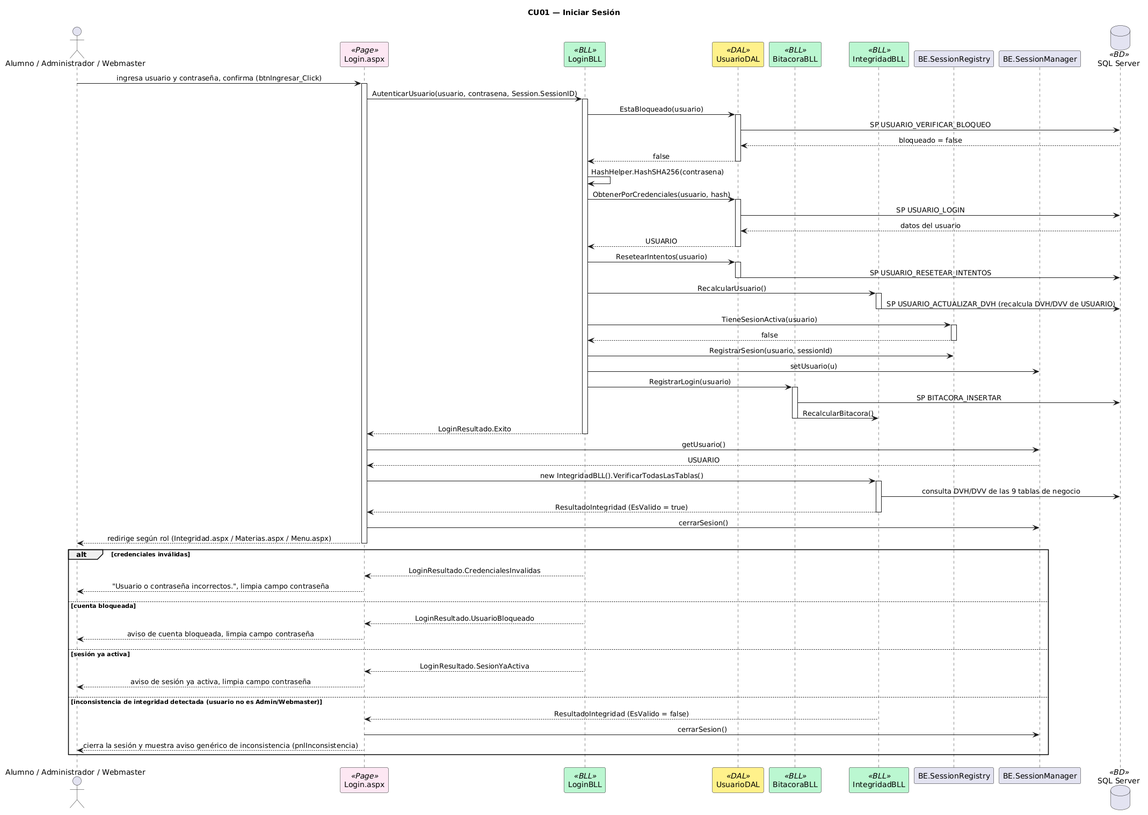
Before: DIAGRAMAS/Secuencia_CU01_IniciarSesion.png, a diagram exported from PlantUML (Urrels/tpDYAWeb).
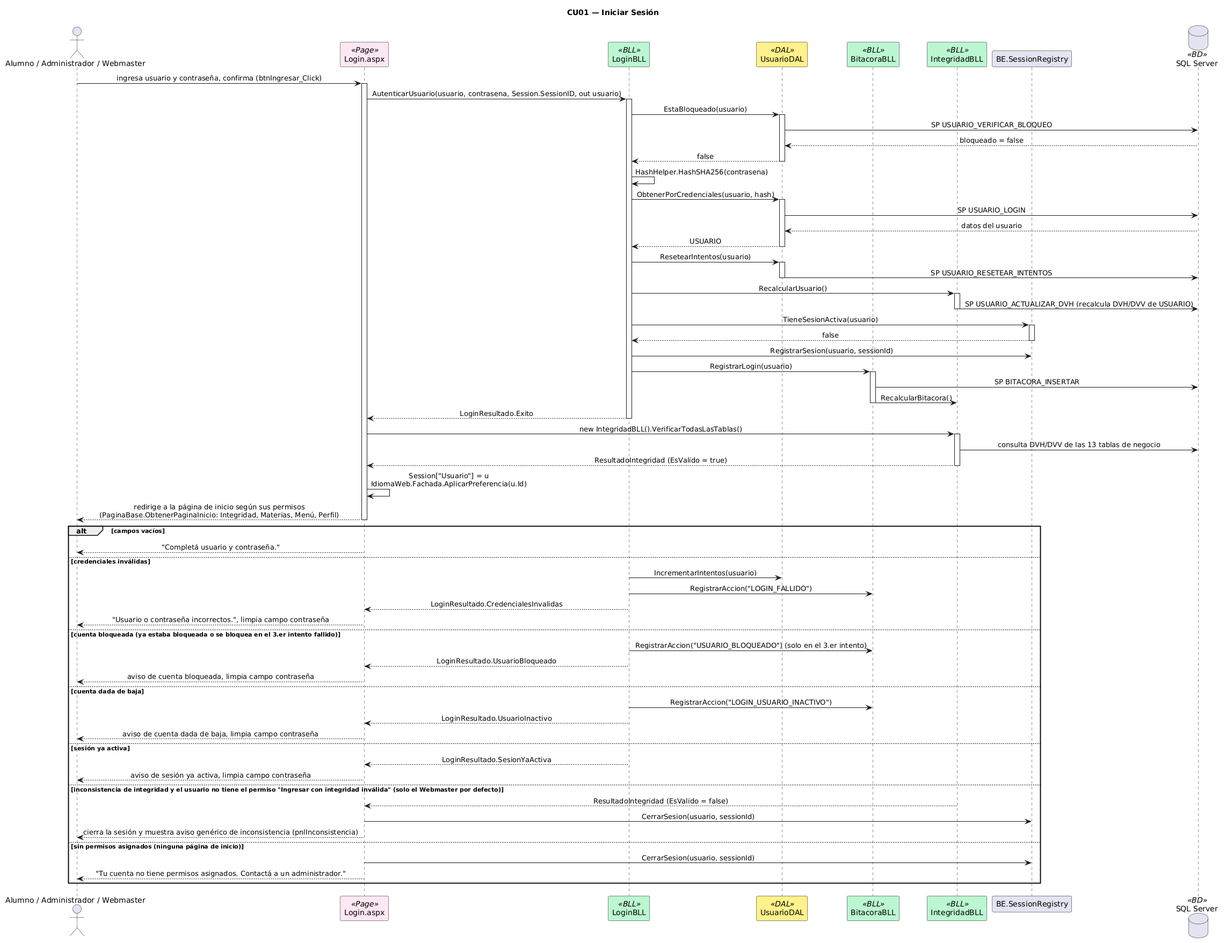
Later version of the same file.

What changed in the source:
```diff
@@ -16,12 +16,11 @@
 participant "BitacoraBLL" as BIT <<BLL>>
 participant "IntegridadBLL" as INT <<BLL>>
 participant "BE.SessionRegistry" as SR
-participant "BE.SessionManager" as SM
 database "SQL Server" as DB <<BD>>
 
 A -> PAGE : ingresa usuario y contraseña, confirma (btnIngresar_Click)
 activate PAGE
-PAGE -> BLL : AutenticarUsuario(usuario, contrasena, Session.SessionID)
+PAGE -> BLL : AutenticarUsuario(usuario, contrasena, Session.SessionID, out usuario)
 activate BLL
 
 BLL -> DAL : EstaBloqueado(usuario)
@@ -55,7 +54,6 @@
 deactivate SR
 
 BLL -> SR : RegistrarSesion(usuario, sessionId)
-BLL -> SM : setUsuario(u)
 
 BLL -> BIT : RegistrarLogin(usuario)
 activate BIT
@@ -66,31 +64,40 @@
 BLL --> PAGE : LoginResultado.Exito
 deactivate BLL
 
-PAGE -> SM : getUsuario()
-SM --> PAGE : USUARIO
-
 PAGE -> INT : new IntegridadBLL().VerificarTodasLasTablas()
 activate INT
-INT -> DB : consulta DVH/DVV de las 9 tablas de negocio
+INT -> DB : consulta DVH/DVV de las 13 tablas de negocio
 INT --> PAGE : ResultadoIntegridad (EsValido = true)
 deactivate INT
 
-PAGE -> SM : cerrarSesion()
-PAGE --> A : redirige según rol (Integridad.aspx / Materias.aspx / Menu.aspx)
+PAGE -> PAGE : Session["Usuario"] = u\nIdiomaWeb.Fachada.AplicarPreferencia(u.Id)
+PAGE --> A : redirige a la página de inicio según sus permisos\n(PaginaBase.ObtenerPaginaInicio: Integridad, Materias, Menú, Perfil)
 deactivate PAGE
 
-alt credenciales inválidas
+alt campos vacíos
+  PAGE --> A : "Completá usuario y contraseña."
+else credenciales inválidas
+  BLL -> DAL : IncrementarIntentos(usuario)
+  BLL -> BIT : RegistrarAccion("LOGIN_FALLIDO")
   BLL --> PAGE : LoginResultado.CredencialesInvalidas
   PAGE --> A : "Usuario o contraseña incorrectos.", limpia campo contraseña
-else cuenta bloqueada
+else cuenta bloqueada (ya estaba bloqueada o se bloquea en el 3.er intento fallido)
+  BLL -> BIT : RegistrarAccion("USUARIO_BLOQUEADO") (solo en el 3.er intento)
   BLL --> PAGE : LoginResultado.UsuarioBloqueado
   PAGE --> A : aviso de cuenta bloqueada, limpia campo contraseña
+else cuenta dada de baja
+  BLL -> BIT : RegistrarAccion("LOGIN_USUARIO_INACTIVO")
+  BLL --> PAGE : LoginResultado.UsuarioInactivo
+  PAGE --> A : aviso de cuenta dada de baja, limpia campo contraseña
 else sesión ya activa
   BLL --> PAGE : LoginResultado.SesionYaActiva
   PAGE --> A : aviso de sesión ya activa, limpia campo contraseña
-else inconsistencia de integridad detectada (usuario no es Admin/Webmaster)
+else inconsistencia de integridad y el usuario no tiene el permiso "Ingresar con integridad inválida" (solo el Webmaster por defecto)
   INT --> PAGE : ResultadoIntegridad (EsValido = false)
-  PAGE -> SM : cerrarSesion()
+  PAGE -> SR : CerrarSesion(usuario, sessionId)
   PAGE --> A : cierra la sesión y muestra aviso genérico de inconsistencia (pnlInconsistencia)
+else sin permisos asignados (ninguna página de inicio)
+  PAGE -> SR : CerrarSesion(usuario, sessionId)
+  PAGE --> A : "Tu cuenta no tiene permisos asignados. Contactá a un administrador."
 end
 @enduml
```
